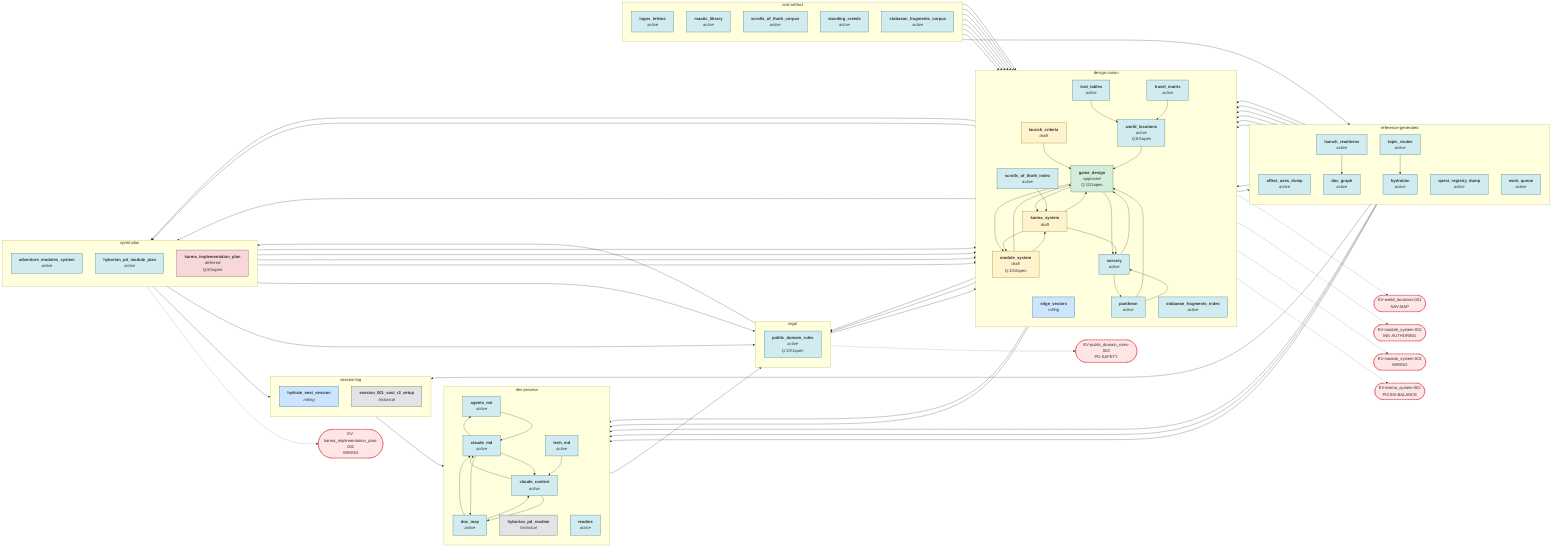
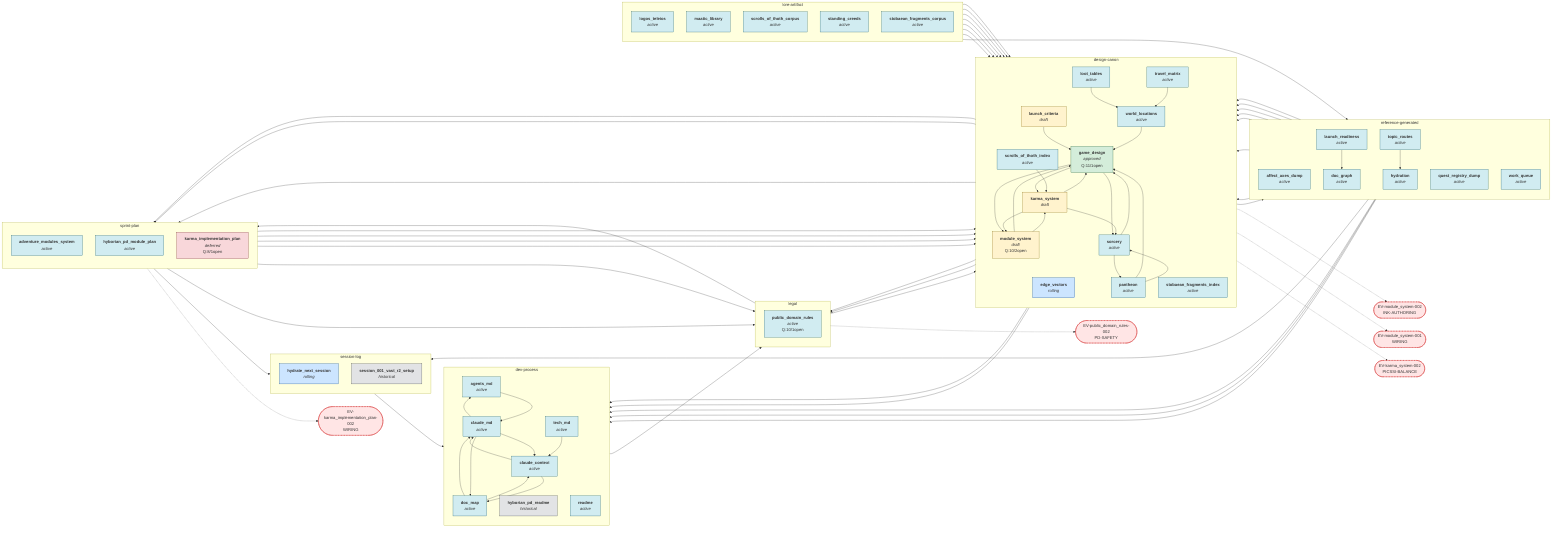
%% AUTO-GENERATED by scripts/build-doc-graph.ts. Do not hand-edit.
%% Run: npm run graph:build
- %% 37 docs · 6 EVs · 130 edges (showing cross_ref + has_open_question only)
+ %% 37 docs · 5 EVs · 128 edges (showing cross_ref + has_open_question only)
%% Generated 2026-05-10

flowchart LR
  subgraph design_canon["design-canon"]
    direction TB
    edge_vectors["<b>edge_vectors</b><br/><i>rolling</i>"]
    game_design["<b>game_design</b><br/><i>approved</i><br/>Q:11/1open"]
    karma_system["<b>karma_system</b><br/><i>draft</i>"]
    launch_criteria["<b>launch_criteria</b><br/><i>draft</i>"]
    loot_tables["<b>loot_tables</b><br/><i>active</i>"]
    module_system["<b>module_system</b><br/><i>draft</i><br/>Q:10/2open"]
    pantheon["<b>pantheon</b><br/><i>active</i>"]
    scrolls_of_thoth_index["<b>scrolls_of_thoth_index</b><br/><i>active</i>"]
    sorcery["<b>sorcery</b><br/><i>active</i>"]
    stobaean_fragments_index["<b>stobaean_fragments_index</b><br/><i>active</i>"]
    travel_matrix["<b>travel_matrix</b><br/><i>active</i>"]
-     world_locations["<b>world_locations</b><br/><i>active</i><br/>Q:6/1open"]
+     world_locations["<b>world_locations</b><br/><i>active</i>"]
  end

  subgraph dev_process["dev-process"]
    direction TB
    agents_md["<b>agents_md</b><br/><i>active</i>"]
    claude_context["<b>claude_context</b><br/><i>active</i>"]
    claude_md["<b>claude_md</b><br/><i>active</i>"]
    doc_map["<b>doc_map</b><br/><i>active</i>"]
    hyborian_pd_readme["<b>hyborian_pd_readme</b><br/><i>historical</i>"]
    readme["<b>readme</b><br/><i>active</i>"]
    tech_md["<b>tech_md</b><br/><i>active</i>"]
  end

  subgraph legal["legal"]
    direction TB
    public_domain_rules["<b>public_domain_rules</b><br/><i>active</i><br/>Q:10/1open"]
  end

  subgraph lore_artifact["lore-artifact"]
    direction TB
    logos_teleios["<b>logos_teleios</b><br/><i>active</i>"]
    maatic_library["<b>maatic_library</b><br/><i>active</i>"]
    scrolls_of_thoth_corpus["<b>scrolls_of_thoth_corpus</b><br/><i>active</i>"]
    standing_creeds["<b>standing_creeds</b><br/><i>active</i>"]
    stobaean_fragments_corpus["<b>stobaean_fragments_corpus</b><br/><i>active</i>"]
  end

  subgraph reference_generated["reference-generated"]
    direction TB
    affect_axes_dump["<b>affect_axes_dump</b><br/><i>active</i>"]
    doc_graph["<b>doc_graph</b><br/><i>active</i>"]
    hydration["<b>hydration</b><br/><i>active</i>"]
    launch_readiness["<b>launch_readiness</b><br/><i>active</i>"]
    quest_registry_dump["<b>quest_registry_dump</b><br/><i>active</i>"]
    topic_routes["<b>topic_routes</b><br/><i>active</i>"]
    work_queue["<b>work_queue</b><br/><i>active</i>"]
  end

  subgraph session_log["session-log"]
    direction TB
    hydrate_next_session["<b>hydrate_next_session</b><br/><i>rolling</i>"]
    session_001_vast_r2_setup["<b>session_001_vast_r2_setup</b><br/><i>historical</i>"]
  end

  subgraph sprint_plan["sprint-plan"]
    direction TB
    adventure_modules_system["<b>adventure_modules_system</b><br/><i>active</i>"]
    hyborian_pd_module_plan["<b>hyborian_pd_module_plan</b><br/><i>active</i>"]
    karma_implementation_plan["<b>karma_implementation_plan</b><br/><i>deferred</i><br/>Q:8/1open"]
  end

  %% Open Edge Vectors
  EV_karma_implementation_plan_002(["EV-karma_implementation_plan-002<br/>WIRING"])
  EV_karma_system_002(["EV-karma_system-002<br/>PICSSI-BALANCE"])
  EV_module_system_001(["EV-module_system-001<br/>WIRING"])
  EV_module_system_002(["EV-module_system-002<br/>INK-AUTHORING"])
  EV_public_domain_rules_002(["EV-public_domain_rules-002<br/>PD-SAFETY"])
-   EV_world_locations_001(["EV-world_locations-001<br/>NAV-MAP"])

  %% cross_ref edges (from DOC_MAP)
  adventure_modules_system --> game_design
  adventure_modules_system --> karma_system
  adventure_modules_system --> public_domain_rules
  agents_md --> claude_md
  claude_context --> claude_md
  claude_context --> doc_map
  claude_md --> agents_md
  claude_md --> claude_context
  claude_md --> doc_map
  doc_graph --> doc_map
  doc_graph --> edge_vectors
  doc_map --> claude_context
  doc_map --> claude_md
  edge_vectors --> doc_map
  game_design --> karma_system
  game_design --> module_system
  game_design --> public_domain_rules
  game_design --> sorcery
  hyborian_pd_module_plan --> game_design
  hyborian_pd_module_plan --> public_domain_rules
  hyborian_pd_readme --> public_domain_rules
  hydrate_next_session --> claude_context
  hydration --> doc_map
  hydration --> edge_vectors
  hydration --> hydrate_next_session
  hydration --> launch_criteria
  karma_implementation_plan --> hydrate_next_session
  karma_implementation_plan --> karma_system
  karma_system --> game_design
  karma_system --> karma_implementation_plan
  karma_system --> module_system
  karma_system --> sorcery
  launch_criteria --> doc_map
  launch_criteria --> game_design
  launch_criteria --> karma_implementation_plan
  launch_readiness --> doc_graph
  launch_readiness --> launch_criteria
  logos_teleios --> scrolls_of_thoth_index
  loot_tables --> world_locations
  maatic_library --> game_design
  maatic_library --> pantheon
  module_system --> game_design
  module_system --> hyborian_pd_module_plan
  module_system --> karma_system
  pantheon --> game_design
  pantheon --> public_domain_rules
  pantheon --> sorcery
  public_domain_rules --> game_design
  public_domain_rules --> hyborian_pd_module_plan
  scrolls_of_thoth_corpus --> scrolls_of_thoth_index
  scrolls_of_thoth_index --> karma_system
  sorcery --> game_design
  sorcery --> pantheon
  standing_creeds --> game_design
  standing_creeds --> karma_system
  stobaean_fragments_corpus --> quest_registry_dump
  stobaean_fragments_corpus --> stobaean_fragments_index
  stobaean_fragments_index --> quest_registry_dump
  tech_md --> claude_context
  topic_routes --> doc_map
  topic_routes --> edge_vectors
  topic_routes --> hydration
  travel_matrix --> world_locations
  work_queue --> edge_vectors
  work_queue --> launch_criteria
  world_locations --> game_design

  %% has_open_question edges (doc → EV, dashed)
  karma_implementation_plan -.-> EV_karma_implementation_plan_002
  karma_system -.-> EV_karma_system_002
  module_system -.-> EV_module_system_001
  module_system -.-> EV_module_system_002
  public_domain_rules -.-> EV_public_domain_rules_002
-   world_locations -.-> EV_world_locations_001

  %% Styling
  classDef approved fill:#d4edda,stroke:#155724,stroke-width:1px
  classDef draft fill:#fff3cd,stroke:#856404,stroke-width:1px
  classDef active fill:#d1ecf1,stroke:#0c5460,stroke-width:1px
  classDef deferred fill:#f8d7da,stroke:#721c24,stroke-width:1px
  classDef historical fill:#e2e3e5,stroke:#383d41,stroke-width:1px
  classDef rolling fill:#cce5ff,stroke:#004085,stroke-width:1px
  classDef ev fill:#ffe5e5,stroke:#c00,stroke-width:1px,stroke-dasharray:4 2

  class adventure_modules_system,affect_axes_dump,agents_md,claude_context,claude_md,doc_graph,doc_map,hyborian_pd_module_plan,hydration,launch_readiness,logos_teleios,loot_tables,maatic_library,pantheon,public_domain_rules,quest_registry_dump,readme,scrolls_of_thoth_corpus,scrolls_of_thoth_index,sorcery,standing_creeds,stobaean_fragments_corpus,stobaean_fragments_index,tech_md,topic_routes,travel_matrix,work_queue,world_locations active
  class game_design approved
  class karma_implementation_plan deferred
  class karma_system,launch_criteria,module_system draft
  class hyborian_pd_readme,session_001_vast_r2_setup historical
  class edge_vectors,hydrate_next_session rolling
-   class EV_karma_implementation_plan_002,EV_karma_system_002,EV_module_system_001,EV_module_system_002,EV_public_domain_rules_002,EV_world_locations_001 ev
+   class EV_karma_implementation_plan_002,EV_karma_system_002,EV_module_system_001,EV_module_system_002,EV_public_domain_rules_002 ev
